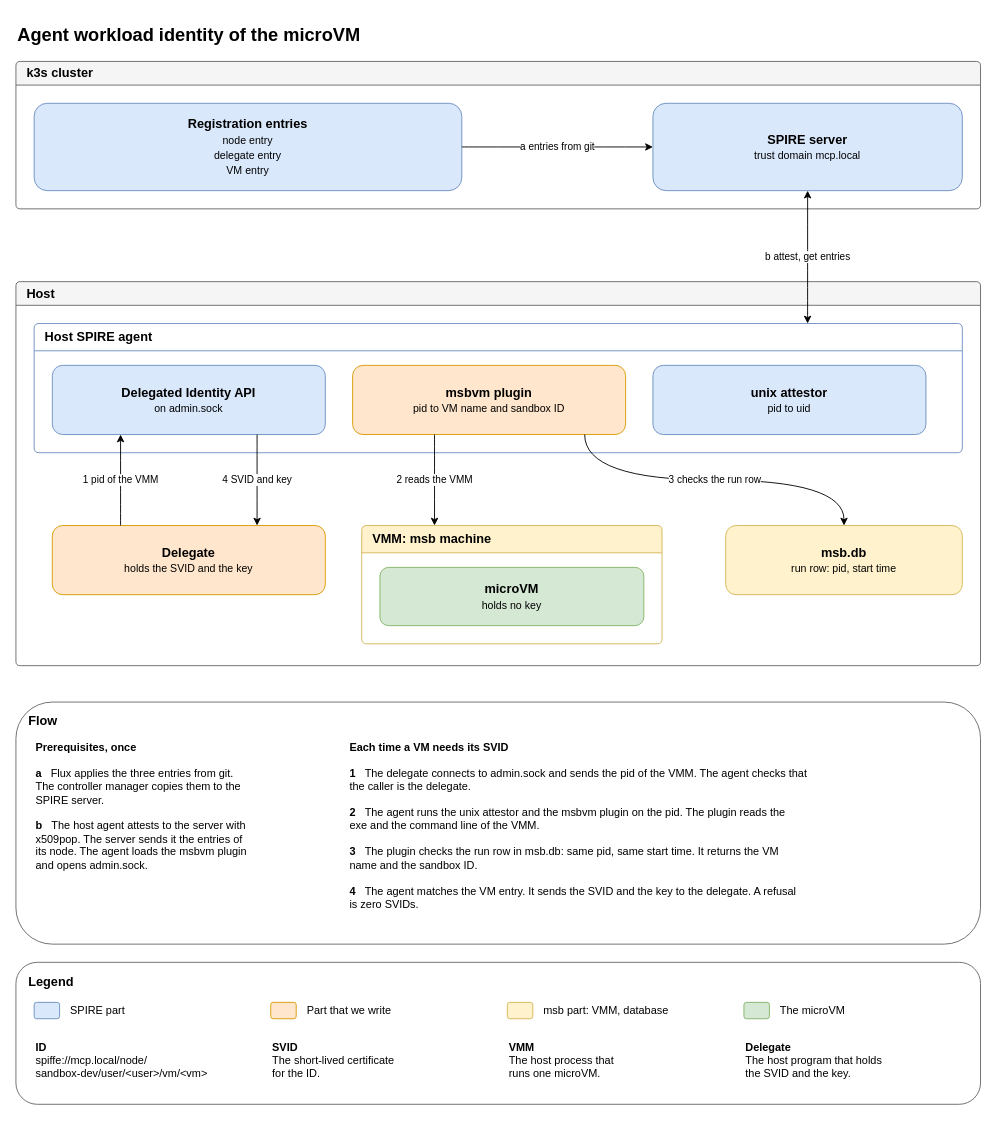
Earlier version of the draw.io diagram code/agent-workload-identity/docs/diagrams/agent-workload-identity.drawio (raghav19/engineersdaybook). Source tidied: cells renumbered, new cells numbered last; positions are measured from the earlier drawing's top-left corner, leaving out a move shared by most shapes. Both pictures are drawn from the tidied source at 91%, with x=0, y=0 at pixel (15, 15).
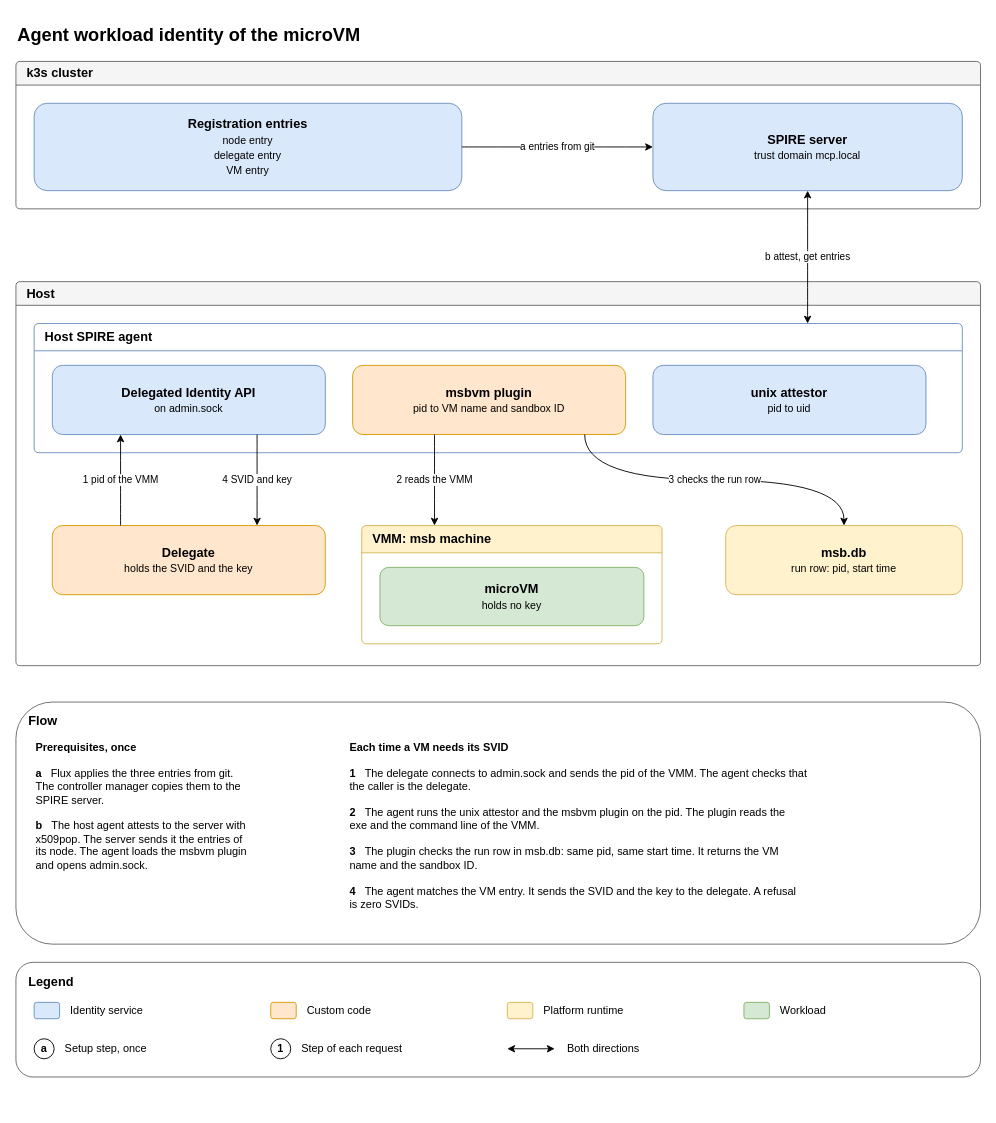
The same page after the edit.

Commit message (it also covers changes not shown here):
docs: key the legend of the agent workload identity diagram by role and arrow type

The edit, as a diff of the source:
```diff
@@
     <mxCell id="24" value="&lt;b&gt;Legend&lt;/b&gt;" style="rounded=1;whiteSpace=wrap;html=1;fontSize=14;align=left;verticalAlign=top;spacingLeft=12;spacingTop=6;fillColor=#ffffff;strokeColor=#666666;" parent="1" vertex="1">
-      <mxGeometry y="1040" width="1060" height="156" as="geometry" />
+      <mxGeometry y="1040" width="1060" height="126" as="geometry" />
     </mxCell>
@@
-    <mxCell id="26" value="SPIRE part" style="text;html=1;align=left;verticalAlign=middle;fontSize=12;" parent="1" vertex="1">
+    <mxCell id="26" value="Identity service" style="text;html=1;align=left;verticalAlign=middle;fontSize=12;" parent="1" vertex="1">
       <mxGeometry x="58" y="1082" width="200" height="22" as="geometry" />
     </mxCell>
@@
-    <mxCell id="28" value="Part that we write" style="text;html=1;align=left;verticalAlign=middle;fontSize=12;" parent="1" vertex="1">
+    <mxCell id="28" value="Custom code" style="text;html=1;align=left;verticalAlign=middle;fontSize=12;" parent="1" vertex="1">
       <mxGeometry x="318" y="1082" width="200" height="22" as="geometry" />
     </mxCell>
@@
-    <mxCell id="30" value="msb part: VMM, database" style="text;html=1;align=left;verticalAlign=middle;fontSize=12;" parent="1" vertex="1">
+    <mxCell id="30" value="Platform runtime" style="text;html=1;align=left;verticalAlign=middle;fontSize=12;" parent="1" vertex="1">
       <mxGeometry x="578" y="1082" width="200" height="22" as="geometry" />
     </mxCell>
@@
-    <mxCell id="32" value="The microVM" style="text;html=1;align=left;verticalAlign=middle;fontSize=12;" parent="1" vertex="1">
+    <mxCell id="32" value="Workload" style="text;html=1;align=left;verticalAlign=middle;fontSize=12;" parent="1" vertex="1">
       <mxGeometry x="838" y="1082" width="200" height="22" as="geometry" />
     </mxCell>
-    <mxCell id="33" value="&lt;b&gt;ID&lt;/b&gt;&lt;br&gt;spiffe://mcp.local/node/&lt;br&gt;sandbox-dev/user/&amp;lt;user&amp;gt;/vm/&amp;lt;vm&amp;gt;" style="text;html=1;whiteSpace=wrap;align=left;verticalAlign=top;fontSize=12;" parent="1" vertex="1">
-      <mxGeometry x="20" y="1120" width="240" height="80" as="geometry" />
-    </mxCell>
-    <mxCell id="34" value="&lt;b&gt;SVID&lt;/b&gt;&lt;br&gt;The short-lived certificate&lt;br&gt;for the ID." style="text;html=1;whiteSpace=wrap;align=left;verticalAlign=top;fontSize=12;" parent="1" vertex="1">
-      <mxGeometry x="280" y="1120" width="240" height="80" as="geometry" />
-    </mxCell>
-    <mxCell id="35" value="&lt;b&gt;VMM&lt;/b&gt;&lt;br&gt;The host process that&lt;br&gt;runs one microVM." style="text;html=1;whiteSpace=wrap;align=left;verticalAlign=top;fontSize=12;" parent="1" vertex="1">
-      <mxGeometry x="540" y="1120" width="240" height="80" as="geometry" />
-    </mxCell>
-    <mxCell id="36" value="&lt;b&gt;Delegate&lt;/b&gt;&lt;br&gt;The host program that holds&lt;br&gt;the SVID and the key." style="text;html=1;whiteSpace=wrap;align=left;verticalAlign=top;fontSize=12;" parent="1" vertex="1">
-      <mxGeometry x="800" y="1120" width="240" height="80" as="geometry" />
-    </mxCell>
+    <mxCell id="37" value="a" style="ellipse;whiteSpace=wrap;html=1;fontSize=12;fontStyle=1;fillColor=#ffffff;strokeColor=#000000;" parent="1" vertex="1">
+      <mxGeometry x="20" y="1124" width="22" height="22" as="geometry" />
+    </mxCell>
+    <mxCell id="38" value="Setup step, once" style="text;html=1;align=left;verticalAlign=middle;fontSize=12;" parent="1" vertex="1">
+      <mxGeometry x="52" y="1124" width="200" height="22" as="geometry" />
+    </mxCell>
+    <mxCell id="39" value="1" style="ellipse;whiteSpace=wrap;html=1;fontSize=12;fontStyle=1;fillColor=#ffffff;strokeColor=#000000;" parent="1" vertex="1">
+      <mxGeometry x="280" y="1124" width="22" height="22" as="geometry" />
+    </mxCell>
+    <mxCell id="40" value="Step of each request" style="text;html=1;align=left;verticalAlign=middle;fontSize=12;" parent="1" vertex="1">
+      <mxGeometry x="312" y="1124" width="200" height="22" as="geometry" />
+    </mxCell>
+    <mxCell id="41" style="endArrow=classic;startArrow=classic;html=1;strokeColor=#000000;" parent="1" edge="1">
+      <mxGeometry relative="1" as="geometry">
+        <mxPoint x="540" y="1135" as="sourcePoint" />
+        <mxPoint x="592" y="1135" as="targetPoint" />
+      </mxGeometry>
+    </mxCell>
+    <mxCell id="42" value="Both directions" style="text;html=1;align=left;verticalAlign=middle;fontSize=12;" parent="1" vertex="1">
+      <mxGeometry x="604" y="1124" width="200" height="22" as="geometry" />
+    </mxCell>
```
